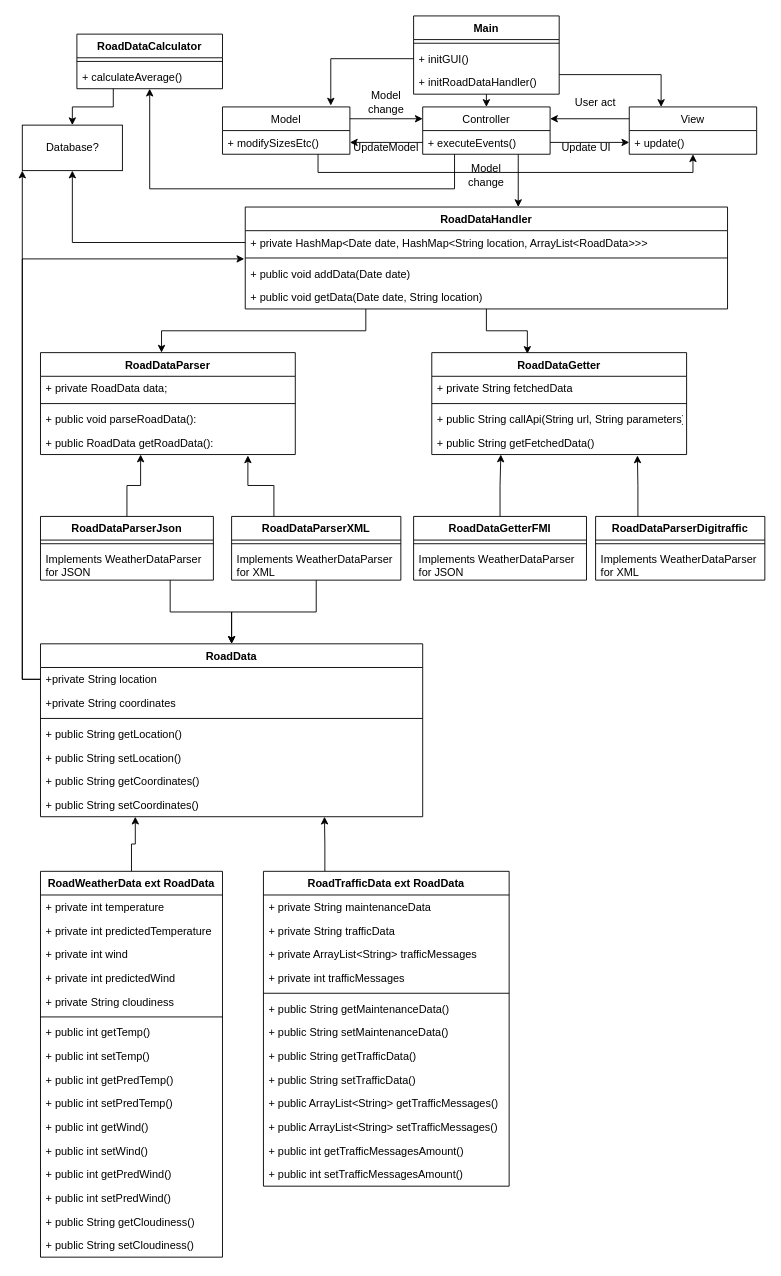
aleksiIso-seppala/Software-Design-project keeps this draw.io diagram as Documents/Software_Design_UML_1.1.drawio. Above is the earlier version. Source tidied: cells renumbered, new cells numbered last; positions are measured from the earlier drawing's top-left corner, leaving out a move shared by most shapes. Both pictures are drawn from the tidied source at 91%, with x=0, y=0 at pixel (22, 15).
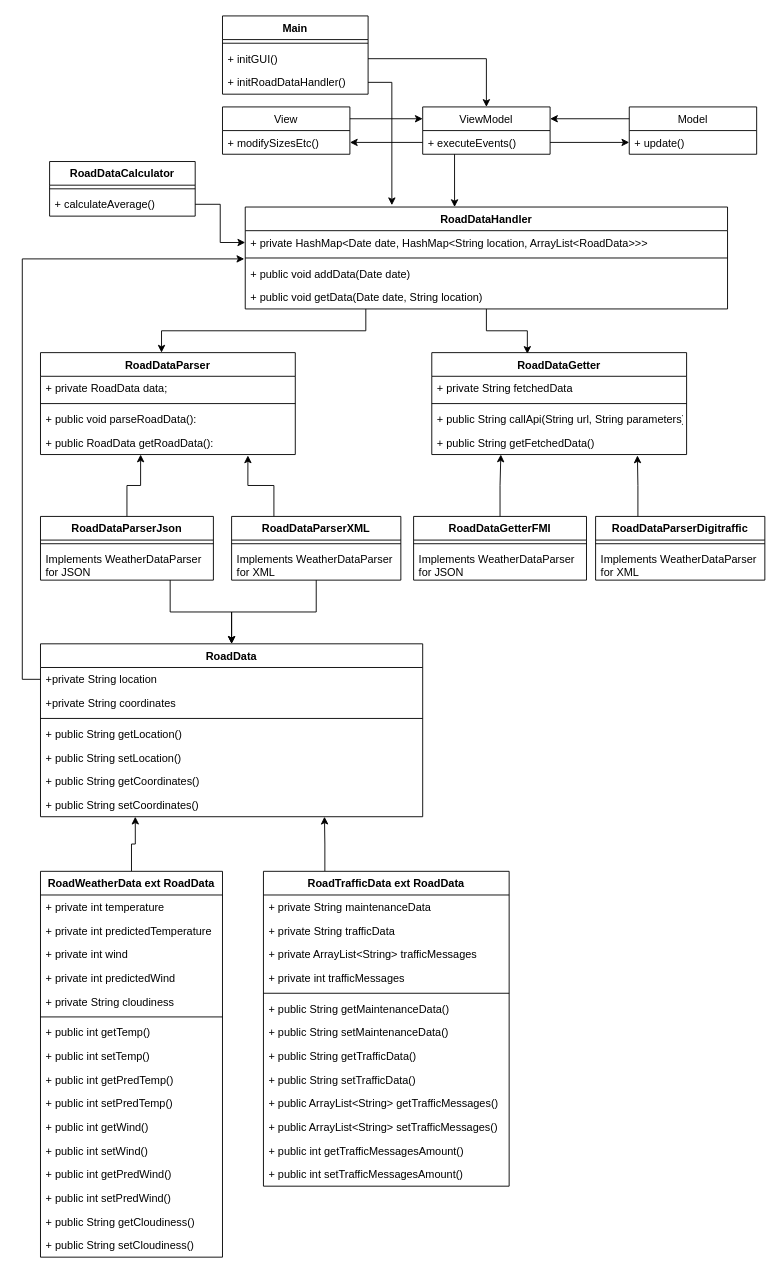
The same diagram, later.

Unchanged cells that the change refers to:
```xml
<mxCell id="4" value="RoadDataHandler" style="swimlane;fontStyle=1;align=center;verticalAlign=top;horizontal=1;startSize=26;" parent="1" vertex="1">
  <mxGeometry x="245" y="210" width="530" height="112" as="geometry" />
</mxCell>
<mxCell id="5" value="+ private HashMap&lt;Date date, HashMap&lt;String location, ArrayList&lt;RoadData&gt;&gt;&gt; " style="text;strokeColor=none;fillColor=none;align=left;verticalAlign=top;spacingLeft=4;spacingRight=4;overflow=hidden;points=[[0,0.5],[1,0.5]];portConstraint=eastwest;" parent="4" vertex="1">
  <mxGeometry y="26" width="530" height="26" as="geometry" />
</mxCell>
<mxCell id="10" value="+private String location&#10;" style="text;strokeColor=none;fillColor=none;align=left;verticalAlign=top;spacingLeft=4;spacingRight=4;overflow=hidden;points=[[0,0.5],[1,0.5]];portConstraint=eastwest;" parent="9" vertex="1">
  <mxGeometry y="26" width="420" height="26" as="geometry" />
</mxCell>
<mxCell id="100" value="+ calculateAverage()" style="text;strokeColor=none;fillColor=none;align=left;verticalAlign=top;spacingLeft=4;spacingRight=4;overflow=hidden;points=[[0,0.5],[1,0.5]];portConstraint=eastwest;" parent="98" vertex="1">
  <mxGeometry y="34" width="160" height="26" as="geometry" />
</mxCell>
```

Diff of the diagram source:
```diff
@@
-    <mxCell id="65" style="edgeStyle=orthogonalEdgeStyle;rounded=0;jettySize=auto;html=1;exitX=0.5;exitY=1;exitDx=0;exitDy=0;entryX=0.5;entryY=0;entryDx=0;entryDy=0;" parent="1" edge="1" source="67" target="73">
-      <mxGeometry relative="1" as="geometry" />
-    </mxCell>
-    <mxCell id="66" style="edgeStyle=orthogonalEdgeStyle;rounded=0;jettySize=auto;html=1;exitX=1;exitY=0.75;exitDx=0;exitDy=0;entryX=0.25;entryY=0;entryDx=0;entryDy=0;" parent="1" edge="1" source="67" target="80">
-      <mxGeometry relative="1" as="geometry" />
-    </mxCell>
-    <mxCell id="67" value="Main" style="swimlane;fontStyle=1;align=center;verticalAlign=top;horizontal=1;startSize=26;" parent="1" vertex="1">
-      <mxGeometry x="430" width="160" height="86" as="geometry" />
-    </mxCell>
-    <mxCell id="68" style="line;strokeWidth=1;fillColor=none;align=left;verticalAlign=middle;spacingTop=-1;spacingLeft=3;spacingRight=3;labelPosition=right;strokeColor=inherit;" parent="67" vertex="1">
-      <mxGeometry y="26" width="160" height="8" as="geometry" />
-    </mxCell>
-    <mxCell id="69" value="+ initGUI()&#10;" style="text;strokeColor=none;fillColor=none;align=left;verticalAlign=top;spacingLeft=4;spacingRight=4;overflow=hidden;points=[[0,0.5],[1,0.5]];portConstraint=eastwest;" parent="67" vertex="1">
-      <mxGeometry y="34" width="160" height="26" as="geometry" />
-    </mxCell>
-    <mxCell id="70" value="+ initRoadDataHandler()&#10;" style="text;strokeColor=none;fillColor=none;align=left;verticalAlign=top;spacingLeft=4;spacingRight=4;overflow=hidden;points=[[0,0.5],[1,0.5]];portConstraint=eastwest;" parent="67" vertex="1">
-      <mxGeometry y="60" width="160" height="26" as="geometry" />
-    </mxCell>
-    <mxCell id="71" style="edgeStyle=orthogonalEdgeStyle;rounded=0;jettySize=auto;html=1;exitX=0.75;exitY=1;exitDx=0;exitDy=0;entryX=0.566;entryY=0;entryDx=0;entryDy=0;entryPerimeter=0;" parent="1" edge="1" source="73" target="4">
+    <mxCell id="71" style="edgeStyle=orthogonalEdgeStyle;rounded=0;jettySize=auto;html=1;exitX=0.25;exitY=1;exitDx=0;exitDy=0;entryX=0.434;entryY=0;entryDx=0;entryDy=0;entryPerimeter=0;" parent="1" edge="1" source="73" target="4">
       <mxGeometry relative="1" as="geometry" />
     </mxCell>
-    <mxCell id="72" style="edgeStyle=orthogonalEdgeStyle;rounded=0;jettySize=auto;html=1;exitX=0.25;exitY=1;exitDx=0;exitDy=0;entryX=0.5;entryY=1;entryDx=0;entryDy=0;" parent="1" edge="1" source="73" target="98">
-      <mxGeometry relative="1" as="geometry">
-        <Array as="points">
-          <mxPoint x="475" y="190" />
-          <mxPoint x="140" y="190" />
-        </Array>
-      </mxGeometry>
-    </mxCell>
-    <mxCell id="73" value="Controller" style="swimlane;fontStyle=0;horizontal=1;startSize=26;fillColor=none;" parent="1" vertex="1">
+    <mxCell id="73" value="ViewModel" style="swimlane;fontStyle=0;horizontal=1;startSize=26;fillColor=none;" parent="1" vertex="1">
       <mxGeometry x="440" y="100" width="140" height="52" as="geometry" />
     </mxCell>
@@
-    <mxCell id="75" style="edgeStyle=orthogonalEdgeStyle;rounded=0;jettySize=auto;html=1;exitX=0.75;exitY=1;exitDx=0;exitDy=0;entryX=0.5;entryY=1;entryDx=0;entryDy=0;" parent="1" edge="1" source="77" target="80">
-      <mxGeometry relative="1" as="geometry" />
-    </mxCell>
@@
-    <mxCell id="77" value="Model" style="swimlane;fontStyle=0;horizontal=1;startSize=26;fillColor=none;" parent="1" vertex="1">
+    <mxCell id="77" value="View" style="swimlane;fontStyle=0;horizontal=1;startSize=26;fillColor=none;" parent="1" vertex="1">
       <mxGeometry x="220" y="100" width="140" height="52" as="geometry" />
     </mxCell>
@@
-    <mxCell id="80" value="View" style="swimlane;fontStyle=0;horizontal=1;startSize=26;fillColor=none;" parent="1" vertex="1">
+    <mxCell id="80" value="Model" style="swimlane;fontStyle=0;horizontal=1;startSize=26;fillColor=none;" parent="1" vertex="1">
       <mxGeometry x="667" y="100" width="140" height="52" as="geometry" />
     </mxCell>
@@
-    <mxCell id="82" style="edgeStyle=orthogonalEdgeStyle;rounded=0;jettySize=auto;html=1;exitX=0;exitY=0.5;exitDx=0;exitDy=0;entryX=0.85;entryY=-0.029;entryDx=0;entryDy=0;entryPerimeter=0;" parent="1" edge="1" source="69" target="77">
-      <mxGeometry relative="1" as="geometry" />
-    </mxCell>
-    <mxCell id="83" value="UpdateModel" style="text;html=1;strokeColor=none;fillColor=none;align=center;verticalAlign=middle;whiteSpace=wrap;rounded=0;" parent="1" vertex="1">
-      <mxGeometry x="370" y="130" width="60" height="30" as="geometry" />
-    </mxCell>
-    <mxCell id="84" value="Update UI" style="text;html=1;strokeColor=none;fillColor=none;align=center;verticalAlign=middle;whiteSpace=wrap;rounded=0;" parent="1" vertex="1">
-      <mxGeometry x="590" y="130" width="60" height="30" as="geometry" />
-    </mxCell>
-    <mxCell id="85" value="User act" style="text;html=1;strokeColor=none;fillColor=none;align=center;verticalAlign=middle;whiteSpace=wrap;rounded=0;" parent="1" vertex="1">
-      <mxGeometry x="600" y="80" width="60" height="30" as="geometry" />
-    </mxCell>
-    <mxCell id="86" value="Model change" style="text;html=1;strokeColor=none;fillColor=none;align=center;verticalAlign=middle;whiteSpace=wrap;rounded=0;" parent="1" vertex="1">
-      <mxGeometry x="370" y="80" width="60" height="30" as="geometry" />
-    </mxCell>
-    <mxCell id="87" value="Model change" style="text;html=1;strokeColor=none;fillColor=none;align=center;verticalAlign=middle;whiteSpace=wrap;rounded=0;" parent="1" vertex="1">
-      <mxGeometry x="480" y="160" width="60" height="30" as="geometry" />
-    </mxCell>
@@
-    <mxCell id="95" style="edgeStyle=orthogonalEdgeStyle;rounded=0;jettySize=auto;html=1;exitX=0;exitY=0.5;exitDx=0;exitDy=0;" parent="1" edge="1" source="5" target="96">
-      <mxGeometry relative="1" as="geometry" />
-    </mxCell>
-    <mxCell id="96" value="Database?" style="html=1;" parent="1" vertex="1">
-      <mxGeometry y="120" width="110" height="50" as="geometry" />
-    </mxCell>
-    <mxCell id="97" style="edgeStyle=orthogonalEdgeStyle;rounded=0;jettySize=auto;html=1;exitX=0.25;exitY=1;exitDx=0;exitDy=0;entryX=0.5;entryY=0;entryDx=0;entryDy=0;" parent="1" edge="1" source="98" target="96">
-      <mxGeometry relative="1" as="geometry" />
-    </mxCell>
     <mxCell id="98" value="RoadDataCalculator" style="swimlane;fontStyle=1;align=center;verticalAlign=top;horizontal=1;startSize=26;" parent="1" vertex="1">
-      <mxGeometry x="60" y="20" width="160" height="60" as="geometry" />
+      <mxGeometry x="30" y="160" width="160" height="60" as="geometry" />
     </mxCell>
@@
-    <mxCell id="109" style="edgeStyle=orthogonalEdgeStyle;rounded=0;jettySize=auto;html=1;exitX=0;exitY=0.5;exitDx=0;exitDy=0;entryX=0;entryY=1;entryDx=0;entryDy=0;" parent="1" edge="1" source="10" target="96">
-      <mxGeometry relative="1" as="geometry" />
-    </mxCell>
@@
+    <mxCell id="111" style="edgeStyle=orthogonalEdgeStyle;rounded=0;jettySize=auto;html=1;exitX=1;exitY=0.5;exitDx=0;exitDy=0;entryX=0;entryY=0.5;entryDx=0;entryDy=0;" parent="1" edge="1" source="100" target="5">
+      <mxGeometry relative="1" as="geometry" />
+    </mxCell>
+    <mxCell id="67" value="Main" style="swimlane;fontStyle=1;align=center;verticalAlign=top;horizontal=1;startSize=26;" parent="1" vertex="1">
+      <mxGeometry x="220" width="160" height="86" as="geometry" />
+    </mxCell>
+    <mxCell id="68" style="line;strokeWidth=1;fillColor=none;align=left;verticalAlign=middle;spacingTop=-1;spacingLeft=3;spacingRight=3;labelPosition=right;strokeColor=inherit;" parent="67" vertex="1">
+      <mxGeometry y="26" width="160" height="8" as="geometry" />
+    </mxCell>
+    <mxCell id="69" value="+ initGUI()&#10;" style="text;strokeColor=none;fillColor=none;align=left;verticalAlign=top;spacingLeft=4;spacingRight=4;overflow=hidden;points=[[0,0.5],[1,0.5]];portConstraint=eastwest;" parent="67" vertex="1">
+      <mxGeometry y="34" width="160" height="26" as="geometry" />
+    </mxCell>
+    <mxCell id="70" value="+ initRoadDataHandler()&#10;" style="text;strokeColor=none;fillColor=none;align=left;verticalAlign=top;spacingLeft=4;spacingRight=4;overflow=hidden;points=[[0,0.5],[1,0.5]];portConstraint=eastwest;" parent="67" vertex="1">
+      <mxGeometry y="60" width="160" height="26" as="geometry" />
+    </mxCell>
+    <mxCell id="112" style="edgeStyle=orthogonalEdgeStyle;rounded=0;jettySize=auto;html=1;exitX=1;exitY=0.5;exitDx=0;exitDy=0;entryX=0.5;entryY=0;entryDx=0;entryDy=0;" parent="1" edge="1" source="69" target="73">
+      <mxGeometry relative="1" as="geometry" />
+    </mxCell>
+    <mxCell id="113" style="edgeStyle=orthogonalEdgeStyle;rounded=0;jettySize=auto;html=1;exitX=1;exitY=0.5;exitDx=0;exitDy=0;entryX=0.304;entryY=-0.018;entryDx=0;entryDy=0;entryPerimeter=0;" parent="1" edge="1" source="70" target="4">
+      <mxGeometry relative="1" as="geometry" />
+    </mxCell>
```
